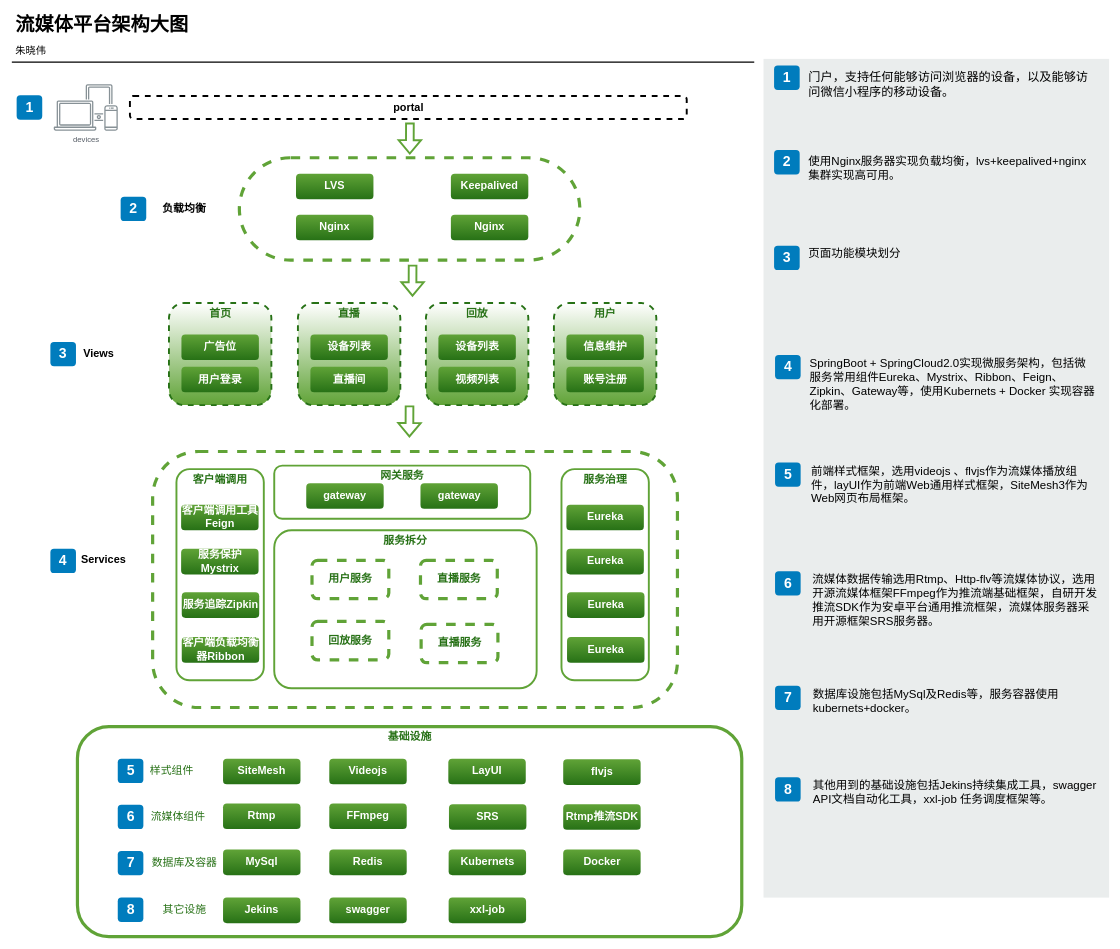
The draw.io diagram 流媒体平台架构大图.drawio in ColonelDarcy2018/excelsior, before the edit. Source tidied: cells renumbered, new cells numbered last; positions are measured from the earlier drawing's top-left corner, leaving out a move shared by most shapes. Both pictures are drawn from the tidied source at 64%, with x=0, y=0 at pixel (12, 11).
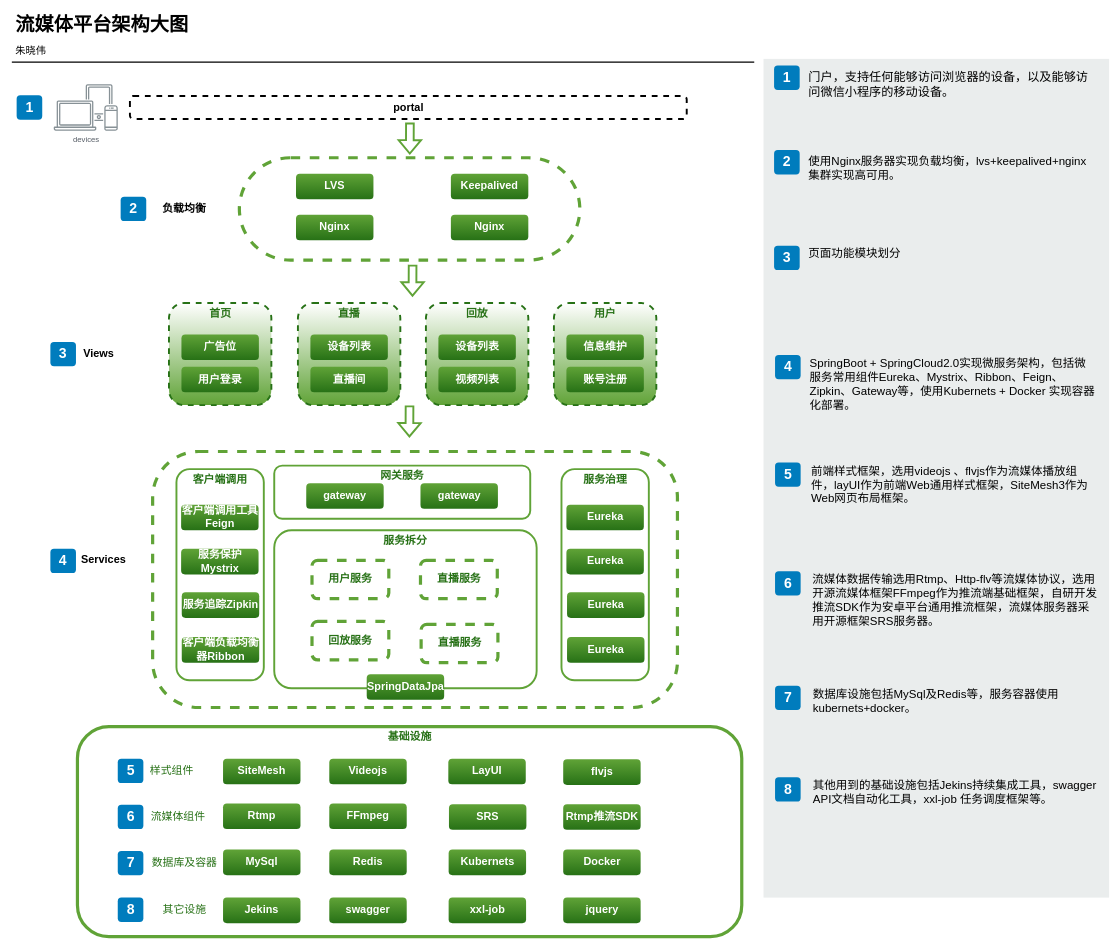
Above is the later version.

Commit message (it also covers changes not shown here):
Update 流媒体平台架构大图.drawio

Unchanged cells that the change refers to:
```xml
<mxCell id="36" style="group;" parent="1" vertex="1">
  <mxGeometry x="220" y="688" width="820" height="400" as="geometry" />
</mxCell>
```

The edit, as a diff of the source:
```diff
@@
+    <mxCell id="100" value="&lt;font color=&quot;#ffffff&quot; style=&quot;font-size: 17px&quot;&gt;SpringDataJpa&lt;/font&gt;" style="rounded=1;whiteSpace=wrap;html=1;gradientColor=#277116;fillColor=#60A337;fontSize=17;strokeColor=none;fontStyle=1;" parent="36" vertex="1">
+      <mxGeometry x="334.5" y="348" width="121" height="40" as="geometry" />
+    </mxCell>
@@
+    <mxCell id="101" value="&lt;font color=&quot;#ffffff&quot; style=&quot;font-size: 17px&quot;&gt;jquery&lt;/font&gt;" style="rounded=1;whiteSpace=wrap;html=1;gradientColor=#277116;fillColor=#60A337;fontSize=17;strokeColor=none;fontStyle=1;" parent="1" vertex="1">
+      <mxGeometry x="861.5" y="1385" width="121" height="40" as="geometry" />
+    </mxCell>
```
